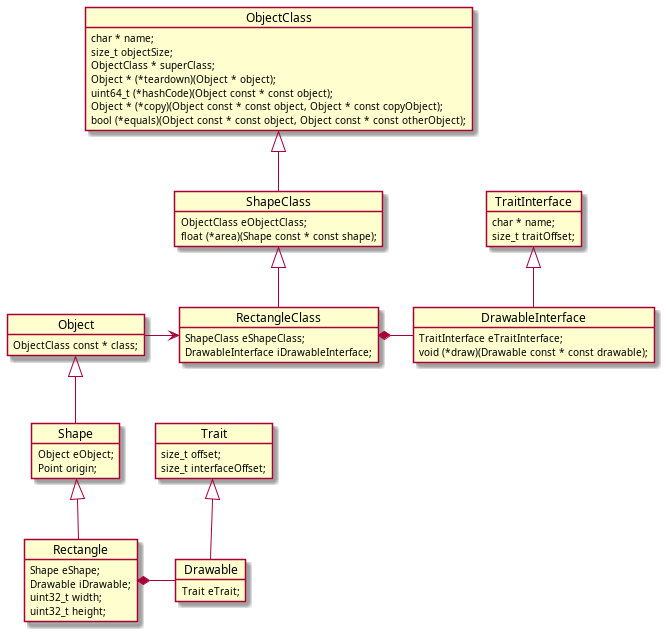
Before: docs/media/diag-rectangle-class-example.png, a diagram exported from PlantUML (alexmarincu/Cbject).
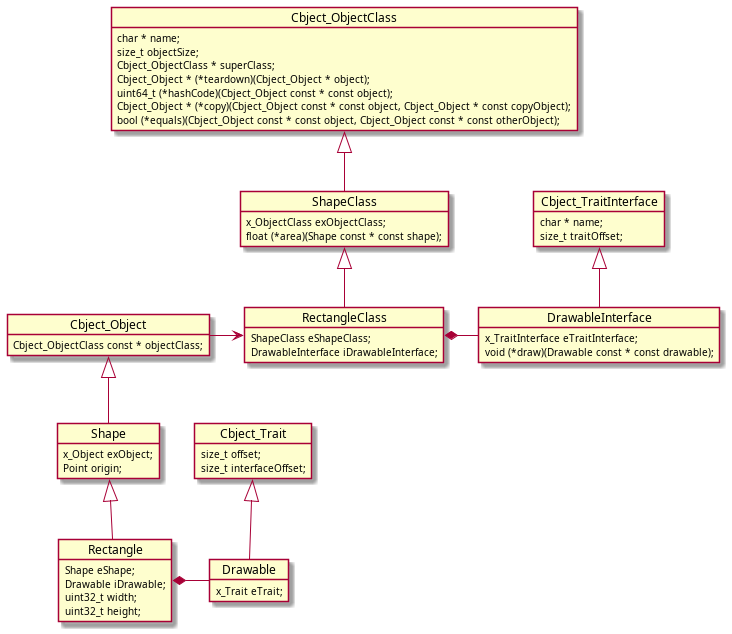
The same file after the commit.

The edit, as a diff of the source:
```diff
@@ -6,17 +6,17 @@
     uint32_t height;
 }
 object Shape {
-    Object eObject;
+    x_Object exObject;
     Point origin;
 }
 object Drawable {
-    Trait eTrait;
+    x_Trait eTrait;
 }
 object DrawableInterface {
-    TraitInterface eTraitInterface;
+    x_TraitInterface eTraitInterface;
     void (*draw)(Drawable const * const drawable);
 }
-object Trait {
+object Cbject_Trait {
     size_t offset;
     size_t interfaceOffset;
 }
@@ -24,33 +24,33 @@
     ShapeClass eShapeClass;
     DrawableInterface iDrawableInterface;
 }
-object TraitInterface {
+object Cbject_TraitInterface {
     char * name;
     size_t traitOffset;
 }
-object Object {
-    ObjectClass const * class;
+object Cbject_Object {
+    Cbject_ObjectClass const * objectClass;
 }
 object ShapeClass {
-    ObjectClass eObjectClass;
+    x_ObjectClass exObjectClass;
     float (*area)(Shape const * const shape);
 }
-object ObjectClass {
+object Cbject_ObjectClass {
     char * name;
     size_t objectSize;
-    ObjectClass * superClass;
-    Object * (*teardown)(Object * object);
-    uint64_t (*hashCode)(Object const * const object);
-    Object * (*copy)(Object const * const object, Object * const copyObject);
-    bool (*equals)(Object const * const object, Object const * const otherObject);
+    Cbject_ObjectClass * superClass;
+    Cbject_Object * (*teardown)(Cbject_Object * object);
+    uint64_t (*hashCode)(Cbject_Object const * const object);
+    Cbject_Object * (*copy)(Cbject_Object const * const object, Cbject_Object * const copyObject);
+    bool (*equals)(Cbject_Object const * const object, Cbject_Object const * const otherObject);
 }
 Rectangle -u-|> Shape
 Rectangle *-r- Drawable
 RectangleClass *-r- DrawableInterface
-Drawable -u-|> Trait
-DrawableInterface -u-|> TraitInterface
+Drawable -u-|> Cbject_Trait
+DrawableInterface -u-|> Cbject_TraitInterface
 RectangleClass -u-|> ShapeClass
-Shape -u-|> Object
-Object -r-> RectangleClass
-ShapeClass -u-|> ObjectClass
+Shape -u-|> Cbject_Object
+Cbject_Object -r-> RectangleClass
+ShapeClass -u-|> Cbject_ObjectClass
 @enduml
```
